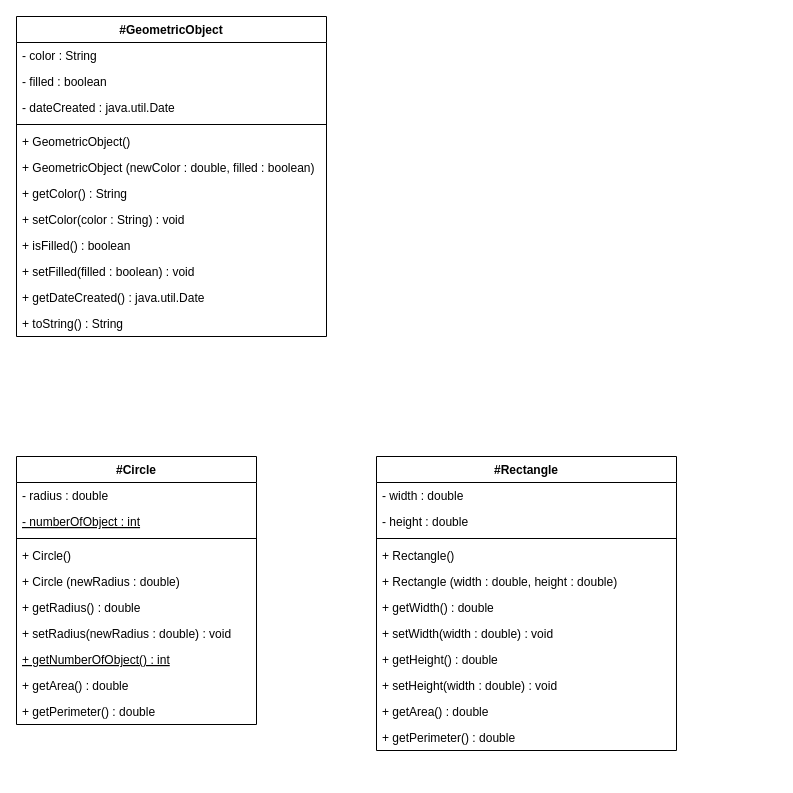
Above: JavaBasicDay_2/bin/Diagram.drawio in badgod/JavaBasic (draw.io), before the change. Source tidied: cells renumbered, new cells numbered last; positions are measured from the earlier drawing's top-left corner, leaving out a move shared by most shapes. Both pictures are drawn from the tidied source at 100%, with x=0, y=0 at pixel (16, 16).
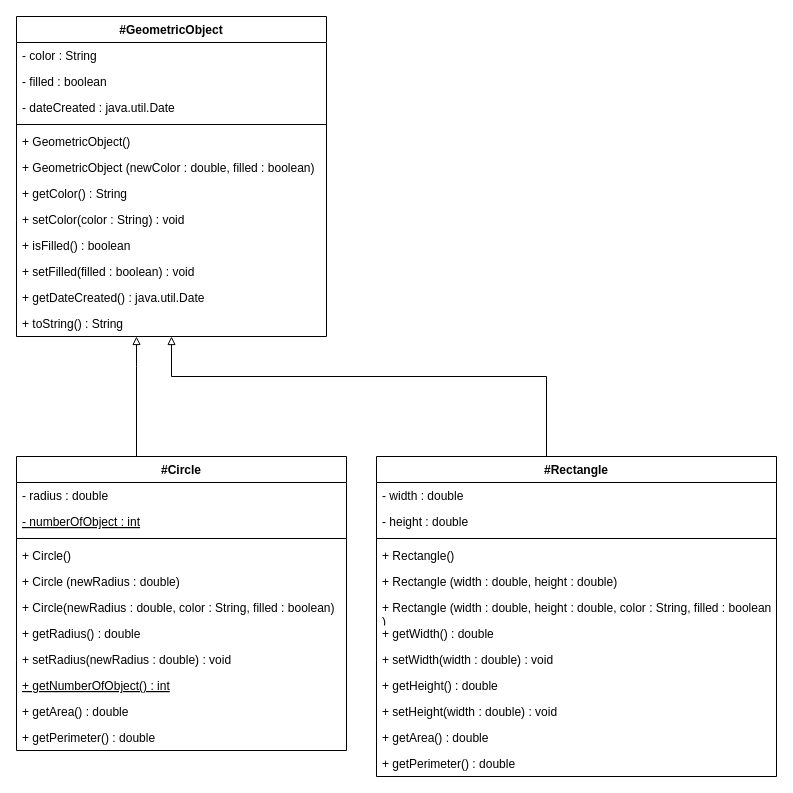
After the change.

Unchanged cells that the change refers to:
```xml
<mxCell id="13" value="#GeometricObject" style="swimlane;fontStyle=1;align=center;verticalAlign=top;horizontal=1;startSize=26;" parent="1" vertex="1">
  <mxGeometry width="310" height="320" as="geometry" />
</mxCell>
```

The edit, as a diff of the source:
```diff
@@
+    <mxCell id="38" style="edgeStyle=orthogonalEdgeStyle;hachureGap=4;html=1;fontFamily=Architects Daughter;fontSize=16;endArrow=block;endFill=0;rounded=0;" parent="1" edge="1" source="2" target="13">
+      <mxGeometry relative="1" as="geometry">
+        <Array as="points">
+          <mxPoint x="120" y="350" />
+          <mxPoint x="120" y="350" />
+        </Array>
+      </mxGeometry>
+    </mxCell>
     <mxCell id="2" value="#Circle" style="swimlane;fontStyle=1;align=center;verticalAlign=top;horizontal=1;startSize=26;" parent="1" vertex="1">
-      <mxGeometry y="440" width="240" height="268" as="geometry" />
+      <mxGeometry y="440" width="330" height="294" as="geometry" />
     </mxCell>
     <mxCell id="3" value="- radius : double" style="text;strokeColor=none;fillColor=none;align=left;verticalAlign=top;spacingLeft=4;spacingRight=4;overflow=hidden;" parent="2" vertex="1">
-      <mxGeometry y="26" width="240" height="26" as="geometry" />
+      <mxGeometry y="26" width="330" height="26" as="geometry" />
     </mxCell>
     <mxCell id="4" value="- numberOfObject : int" style="text;strokeColor=none;fillColor=none;align=left;verticalAlign=top;spacingLeft=4;spacingRight=4;overflow=hidden;fontStyle=4;" parent="2" vertex="1">
-      <mxGeometry y="52" width="240" height="26" as="geometry" />
+      <mxGeometry y="52" width="330" height="26" as="geometry" />
     </mxCell>
     <mxCell id="5" style="line;strokeWidth=1;fillColor=none;align=left;verticalAlign=middle;spacingTop=-1;spacingLeft=3;spacingRight=3;labelPosition=right;strokeColor=inherit;" parent="2" vertex="1">
-      <mxGeometry y="78" width="240" height="8" as="geometry" />
+      <mxGeometry y="78" width="330" height="8" as="geometry" />
     </mxCell>
     <mxCell id="6" value="+ Circle()" style="text;strokeColor=none;fillColor=none;align=left;verticalAlign=top;spacingLeft=4;spacingRight=4;overflow=hidden;" parent="2" vertex="1">
-      <mxGeometry y="86" width="240" height="26" as="geometry" />
+      <mxGeometry y="86" width="330" height="26" as="geometry" />
     </mxCell>
     <mxCell id="7" value="+ Circle (newRadius : double)" style="text;strokeColor=none;fillColor=none;align=left;verticalAlign=top;spacingLeft=4;spacingRight=4;overflow=hidden;" parent="2" vertex="1">
-      <mxGeometry y="112" width="240" height="26" as="geometry" />
+      <mxGeometry y="112" width="330" height="26" as="geometry" />
     </mxCell>
+    <mxCell id="39" value="+ Circle(newRadius : double, color : String, filled : boolean)&#10;" style="text;strokeColor=none;fillColor=none;align=left;verticalAlign=top;spacingLeft=4;spacingRight=4;overflow=hidden;" parent="2" vertex="1">
+      <mxGeometry y="138" width="330" height="26" as="geometry" />
+    </mxCell>
     <mxCell id="8" value="+ getRadius() : double" style="text;strokeColor=none;fillColor=none;align=left;verticalAlign=top;spacingLeft=4;spacingRight=4;overflow=hidden;" parent="2" vertex="1">
-      <mxGeometry y="138" width="240" height="26" as="geometry" />
+      <mxGeometry y="164" width="330" height="26" as="geometry" />
     </mxCell>
     <mxCell id="9" value="+ setRadius(newRadius : double) : void" style="text;strokeColor=none;fillColor=none;align=left;verticalAlign=top;spacingLeft=4;spacingRight=4;overflow=hidden;" parent="2" vertex="1">
-      <mxGeometry y="164" width="240" height="26" as="geometry" />
+      <mxGeometry y="190" width="330" height="26" as="geometry" />
     </mxCell>
     <mxCell id="10" value="+ getNumberOfObject() : int" style="text;strokeColor=none;fillColor=none;align=left;verticalAlign=top;spacingLeft=4;spacingRight=4;overflow=hidden;fontStyle=4;" parent="2" vertex="1">
-      <mxGeometry y="190" width="240" height="26" as="geometry" />
+      <mxGeometry y="216" width="330" height="26" as="geometry" />
     </mxCell>
     <mxCell id="11" value="+ getArea() : double" style="text;strokeColor=none;fillColor=none;align=left;verticalAlign=top;spacingLeft=4;spacingRight=4;overflow=hidden;" parent="2" vertex="1">
-      <mxGeometry y="216" width="240" height="26" as="geometry" />
+      <mxGeometry y="242" width="330" height="26" as="geometry" />
     </mxCell>
     <mxCell id="12" value="+ getPerimeter() : double" style="text;strokeColor=none;fillColor=none;align=left;verticalAlign=top;spacingLeft=4;spacingRight=4;overflow=hidden;" parent="2" vertex="1">
-      <mxGeometry y="242" width="240" height="26" as="geometry" />
+      <mxGeometry y="268" width="330" height="26" as="geometry" />
     </mxCell>
@@
+    <mxCell id="40" style="edgeStyle=orthogonalEdgeStyle;hachureGap=4;html=1;fontFamily=Architects Daughter;fontSize=16;endArrow=block;endFill=0;rounded=0;" parent="1" edge="1" source="26" target="13">
+      <mxGeometry relative="1" as="geometry">
+        <Array as="points">
+          <mxPoint x="530" y="360" />
+          <mxPoint x="155" y="360" />
+        </Array>
+      </mxGeometry>
+    </mxCell>
     <mxCell id="26" value="#Rectangle" style="swimlane;fontStyle=1;align=center;verticalAlign=top;horizontal=1;startSize=26;" parent="1" vertex="1">
-      <mxGeometry x="360" y="440" width="300" height="294" as="geometry" />
+      <mxGeometry x="360" y="440" width="400" height="320" as="geometry" />
     </mxCell>
     <mxCell id="27" value="- width : double" style="text;strokeColor=none;fillColor=none;align=left;verticalAlign=top;spacingLeft=4;spacingRight=4;overflow=hidden;" parent="26" vertex="1">
-      <mxGeometry y="26" width="300" height="26" as="geometry" />
+      <mxGeometry y="26" width="400" height="26" as="geometry" />
     </mxCell>
     <mxCell id="28" value="- height : double" style="text;strokeColor=none;fillColor=none;align=left;verticalAlign=top;spacingLeft=4;spacingRight=4;overflow=hidden;fontStyle=0;" parent="26" vertex="1">
-      <mxGeometry y="52" width="300" height="26" as="geometry" />
+      <mxGeometry y="52" width="400" height="26" as="geometry" />
     </mxCell>
     <mxCell id="29" style="line;strokeWidth=1;fillColor=none;align=left;verticalAlign=middle;spacingTop=-1;spacingLeft=3;spacingRight=3;labelPosition=right;strokeColor=inherit;" parent="26" vertex="1">
-      <mxGeometry y="78" width="300" height="8" as="geometry" />
+      <mxGeometry y="78" width="400" height="8" as="geometry" />
     </mxCell>
     <mxCell id="30" value="+ Rectangle()" style="text;strokeColor=none;fillColor=none;align=left;verticalAlign=top;spacingLeft=4;spacingRight=4;overflow=hidden;" parent="26" vertex="1">
-      <mxGeometry y="86" width="300" height="26" as="geometry" />
+      <mxGeometry y="86" width="400" height="26" as="geometry" />
     </mxCell>
     <mxCell id="31" value="+ Rectangle (width : double, height : double)" style="text;strokeColor=none;fillColor=none;align=left;verticalAlign=top;spacingLeft=4;spacingRight=4;overflow=hidden;" parent="26" vertex="1">
-      <mxGeometry y="112" width="300" height="26" as="geometry" />
+      <mxGeometry y="112" width="400" height="26" as="geometry" />
     </mxCell>
+    <mxCell id="41" value="+ Rectangle (width : double, height : double, color : String, filled : boolean&#10;)" style="text;strokeColor=none;fillColor=none;align=left;verticalAlign=top;spacingLeft=4;spacingRight=4;overflow=hidden;" parent="26" vertex="1">
+      <mxGeometry y="138" width="400" height="26" as="geometry" />
+    </mxCell>
     <mxCell id="32" value="+ getWidth() : double" style="text;strokeColor=none;fillColor=none;align=left;verticalAlign=top;spacingLeft=4;spacingRight=4;overflow=hidden;" parent="26" vertex="1">
-      <mxGeometry y="138" width="300" height="26" as="geometry" />
+      <mxGeometry y="164" width="400" height="26" as="geometry" />
     </mxCell>
     <mxCell id="33" value="+ setWidth(width : double) : void" style="text;strokeColor=none;fillColor=none;align=left;verticalAlign=top;spacingLeft=4;spacingRight=4;overflow=hidden;" parent="26" vertex="1">
-      <mxGeometry y="164" width="300" height="26" as="geometry" />
+      <mxGeometry y="190" width="400" height="26" as="geometry" />
     </mxCell>
     <mxCell id="34" value="+ getHeight() : double" style="text;strokeColor=none;fillColor=none;align=left;verticalAlign=top;spacingLeft=4;spacingRight=4;overflow=hidden;" parent="26" vertex="1">
-      <mxGeometry y="190" width="300" height="26" as="geometry" />
+      <mxGeometry y="216" width="400" height="26" as="geometry" />
     </mxCell>
     <mxCell id="35" value="+ setHeight(width : double) : void" style="text;strokeColor=none;fillColor=none;align=left;verticalAlign=top;spacingLeft=4;spacingRight=4;overflow=hidden;" parent="26" vertex="1">
-      <mxGeometry y="216" width="300" height="26" as="geometry" />
+      <mxGeometry y="242" width="400" height="26" as="geometry" />
     </mxCell>
     <mxCell id="36" value="+ getArea() : double" style="text;strokeColor=none;fillColor=none;align=left;verticalAlign=top;spacingLeft=4;spacingRight=4;overflow=hidden;" parent="26" vertex="1">
-      <mxGeometry y="242" width="300" height="26" as="geometry" />
+      <mxGeometry y="268" width="400" height="26" as="geometry" />
     </mxCell>
     <mxCell id="37" value="+ getPerimeter() : double" style="text;strokeColor=none;fillColor=none;align=left;verticalAlign=top;spacingLeft=4;spacingRight=4;overflow=hidden;" parent="26" vertex="1">
-      <mxGeometry y="268" width="300" height="26" as="geometry" />
+      <mxGeometry y="294" width="400" height="26" as="geometry" />
     </mxCell>
```
